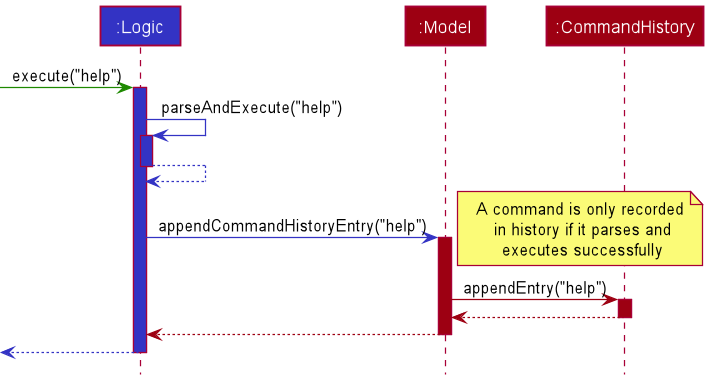
Above: docs/images/commandhistory/CmdHistUpdateSequenceDiagram.png in nus-cs2103-AY2021S2/tp (PlantUML), before the change. Its diagram source:
```plantuml
@startuml
!include ../style.puml

Participant ":Logic" as logic LOGIC_COLOR
Participant ":Model" as model MODEL_COLOR
Participant ":CommandHistory" as cmdHist MODEL_COLOR

-[UI_COLOR]> logic : execute("help")
activate logic LOGIC_COLOR

logic -[LOGIC_COLOR]> logic : parseAndExecute("help")
activate logic LOGIC_COLOR

logic -[LOGIC_COLOR]-> logic
deactivate logic

logic -[LOGIC_COLOR]> model : appendCommandHistoryEntry("help")
note right: A command is only recorded\n in history if it parses and\n executes successfully
activate model MODEL_COLOR

model -[MODEL_COLOR]> cmdHist : appendEntry("help")
activate cmdHist MODEL_COLOR

model <-[MODEL_COLOR]- cmdHist
deactivate cmdHist

model -[MODEL_COLOR]-> logic
deactivate model

<-[LOGIC_COLOR]- logic
deactivate logic

@enduml
```
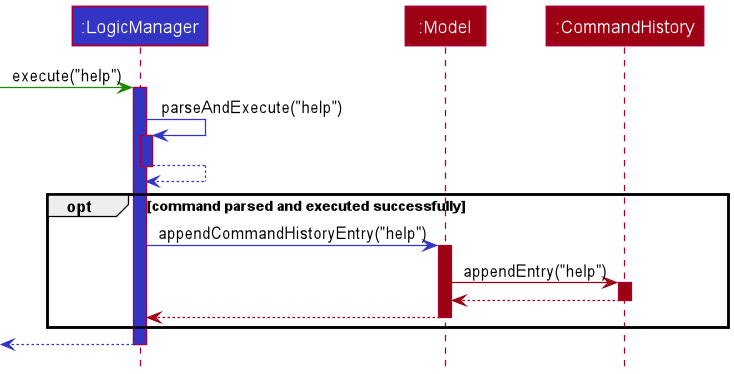
After the commit.

Commit message:
Docs(DG): Fix command history sequence diagram

What changed in the source:
```diff
@@ -1,7 +1,7 @@
 @startuml
 !include ../style.puml
 
-Participant ":Logic" as logic LOGIC_COLOR
+Participant ":LogicManager" as logic LOGIC_COLOR
 Participant ":Model" as model MODEL_COLOR
 Participant ":CommandHistory" as cmdHist MODEL_COLOR
 
@@ -14,8 +14,9 @@
 logic -[LOGIC_COLOR]-> logic
 deactivate logic
 
+opt command parsed and executed successfully
+
 logic -[LOGIC_COLOR]> model : appendCommandHistoryEntry("help")
-note right: A command is only recorded\n in history if it parses and\n executes successfully
 activate model MODEL_COLOR
 
 model -[MODEL_COLOR]> cmdHist : appendEntry("help")
@@ -27,6 +28,8 @@
 model -[MODEL_COLOR]-> logic
 deactivate model
 
+end
+
 <-[LOGIC_COLOR]- logic
 deactivate logic
 
```
